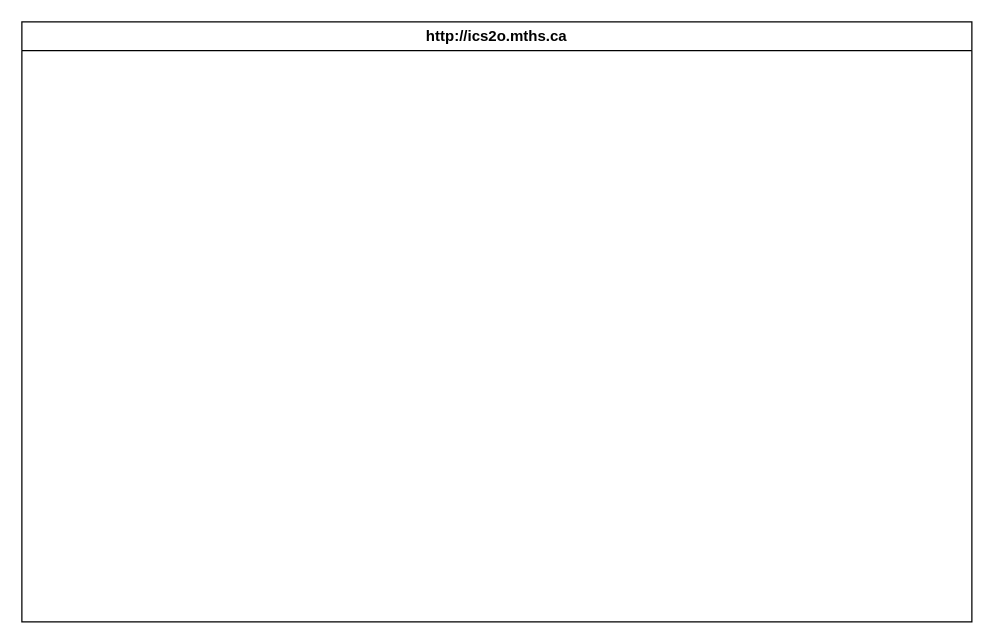
Above: design/storyboard.drawio in MTHS-ICD2O-1-2023/ICD2O-Unit-3-04-George-Khalil-29 (draw.io), before the change. Source tidied: cells renumbered, new cells numbered last; positions are measured from the earlier drawing's top-left corner, leaving out a move shared by most shapes. Both pictures are drawn from the tidied source at 125%, with x=0, y=0 at pixel (21, 21).
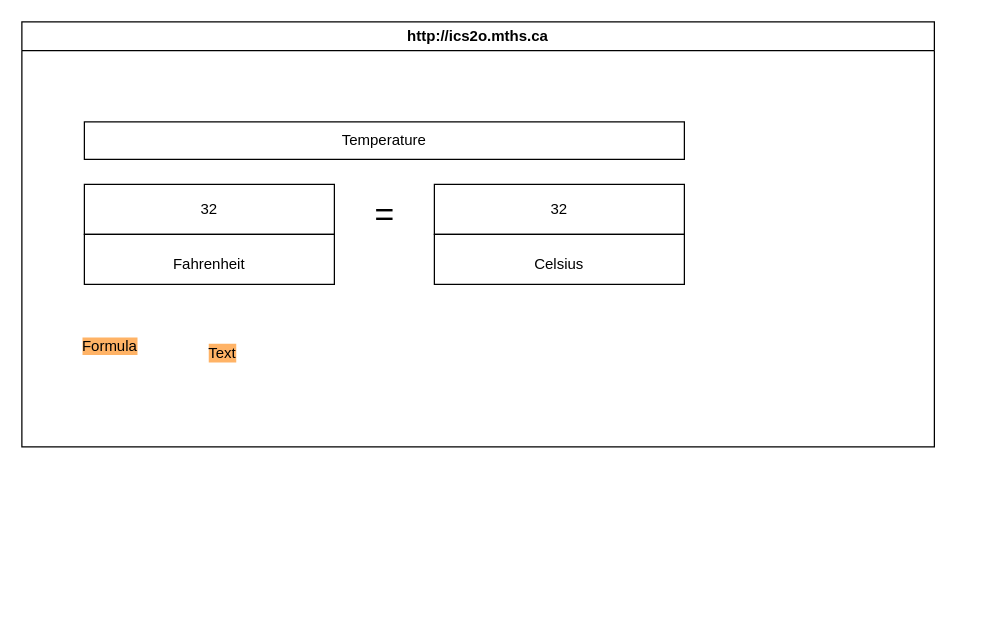
Above is the later version.

What changed in the source:
```diff
@@
 <mxGraphModel>
   <root>
     <mxCell id="0" />
     <mxCell id="1" parent="0" />
     <mxCell id="2" value="http://ics2o.mths.ca" style="swimlane;whiteSpace=wrap;html=1;" parent="1" vertex="1">
-      <mxGeometry width="760" height="480" as="geometry" />
+      <mxGeometry width="730" height="340" as="geometry" />
     </mxCell>
+    <mxCell id="3" value="Temperature" style="rounded=0;whiteSpace=wrap;html=1;" parent="2" vertex="1">
+      <mxGeometry x="50" y="80" width="480" height="30" as="geometry" />
+    </mxCell>
+    <mxCell id="4" value="32" style="rounded=0;whiteSpace=wrap;html=1;" parent="2" vertex="1">
+      <mxGeometry x="50" y="130" width="200" height="40" as="geometry" />
+    </mxCell>
+    <mxCell id="5" value="32" style="rounded=0;whiteSpace=wrap;html=1;" parent="2" vertex="1">
+      <mxGeometry x="330" y="130" width="200" height="40" as="geometry" />
+    </mxCell>
+    <mxCell id="6" value="&lt;font style=&quot;font-size: 27px;&quot;&gt;=&lt;/font&gt;" style="text;html=1;align=center;verticalAlign=middle;strokeColor=none;fillColor=none;" parent="2" vertex="1">
+      <mxGeometry x="270" y="130" width="40" height="50" as="geometry" />
+    </mxCell>
+    <mxCell id="7" value="&lt;font style=&quot;font-size: 12px;&quot;&gt;Fahrenheit&lt;/font&gt;" style="rounded=0;whiteSpace=wrap;html=1;fontSize=24;" parent="2" vertex="1">
+      <mxGeometry x="50" y="170" width="200" height="40" as="geometry" />
+    </mxCell>
+    <mxCell id="8" value="&lt;span style=&quot;font-size: 12px;&quot;&gt;Celsius&lt;/span&gt;" style="rounded=0;whiteSpace=wrap;html=1;fontSize=24;" parent="2" vertex="1">
+      <mxGeometry x="330" y="170" width="200" height="40" as="geometry" />
+    </mxCell>
+    <mxCell id="9" value="Text" style="text;html=1;align=center;verticalAlign=middle;strokeColor=none;fillColor=none;fontSize=12;labelBackgroundColor=#FFB366;" parent="2" vertex="1">
+      <mxGeometry x="135" y="250" width="50" height="30" as="geometry" />
+    </mxCell>
+    <mxCell id="10" value="&lt;span style=&quot;background-color: rgb(255, 179, 102);&quot;&gt;Formula&lt;/span&gt;" style="text;html=1;align=center;verticalAlign=middle;strokeColor=none;fillColor=none;fontSize=12;" parent="1" vertex="1">
+      <mxGeometry x="35" y="245" width="70" height="30" as="geometry" />
+    </mxCell>
   </root>
 </mxGraphModel>
```
